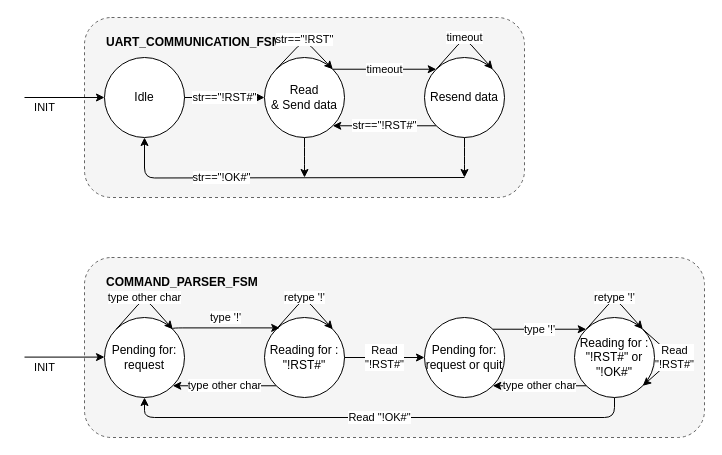
amyranotamirror/CO3007-2111203 keeps this draw.io diagram as fsm.drawio. Above is the earlier version. Source tidied: cells renumbered, new cells numbered last; positions are measured from the earlier drawing's top-left corner, leaving out a move shared by most shapes. Both pictures are drawn from the tidied source at 100%, with x=0, y=0 at pixel (24, 17).
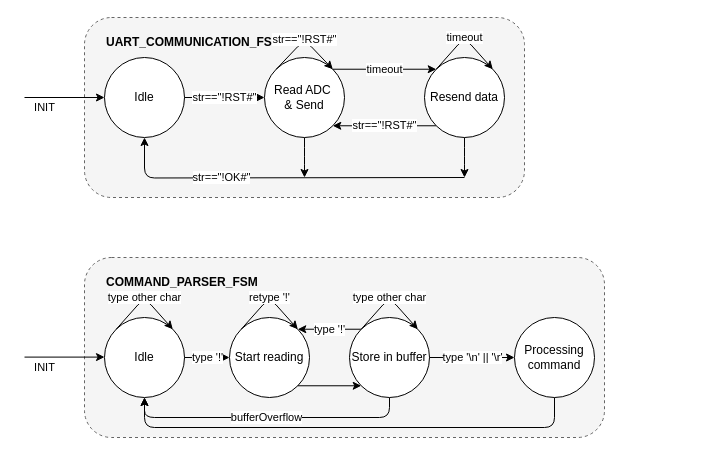
The same page after the edit.

The change refers to these unchanged cells:
```xml
<mxCell id="2" style="group;" parent="1" vertex="1">
  <mxGeometry width="500" height="180" as="geometry" />
</mxCell>
```

Change to the diagram source:
```diff
@@
-    <mxCell id="8" value="Read &lt;br&gt;&amp;amp; Send data" style="ellipse;whiteSpace=wrap;html=1;" parent="2" vertex="1">
+    <mxCell id="8" value="Read ADC&amp;nbsp;&lt;br&gt;&amp;amp; Send" style="ellipse;whiteSpace=wrap;html=1;" parent="2" vertex="1">
       <mxGeometry x="240" y="40" width="80" height="80" as="geometry" />
     </mxCell>
@@
-    <mxCell id="17" value="str==&quot;!RST&quot;" style="edgeStyle=orthogonalEdgeStyle;html=1;exitX=0;exitY=0;exitDx=0;exitDy=0;entryX=1;entryY=0;entryDx=0;entryDy=0;" parent="2" edge="1" source="8" target="8">
+    <mxCell id="17" value="str==&quot;!RST#&quot;" style="edgeStyle=orthogonalEdgeStyle;html=1;exitX=0;exitY=0;exitDx=0;exitDy=0;entryX=1;entryY=0;entryDx=0;entryDy=0;" parent="2" edge="1" source="8" target="8">
       <mxGeometry relative="1" as="geometry">
         <Array as="points">
           <mxPoint x="280" y="22" />
         </Array>
       </mxGeometry>
     </mxCell>
-    <mxCell id="18" style="group;" parent="1" vertex="1">
-      <mxGeometry y="240" width="680" height="180" as="geometry" />
-    </mxCell>
+    <mxCell id="36" style="group;" parent="1" vertex="1">
+      <mxGeometry y="240" width="580" height="180" as="geometry" />
+    </mxCell>
-    <mxCell id="19" style="rounded=1;whiteSpace=wrap;html=1;fillColor=#f5f5f5;fontColor=#333333;strokeColor=#666666;dashed=1;" parent="18" vertex="1">
-      <mxGeometry x="60" width="620" height="180" as="geometry" />
+    <mxCell id="19" style="rounded=1;whiteSpace=wrap;html=1;fillColor=#f5f5f5;fontColor=#333333;strokeColor=#666666;dashed=1;" parent="36" vertex="1">
+      <mxGeometry x="60" width="520" height="180" as="geometry" />
     </mxCell>
-    <mxCell id="20" value="Pending for: request" style="ellipse;whiteSpace=wrap;html=1;" parent="18" vertex="1">
+    <mxCell id="20" value="Idle" style="ellipse;whiteSpace=wrap;html=1;" parent="36" vertex="1">
       <mxGeometry x="80" y="60" width="80" height="80" as="geometry" />
     </mxCell>
-    <mxCell id="21" value="type other char" style="edgeStyle=orthogonalEdgeStyle;html=1;exitX=0;exitY=0;exitDx=0;exitDy=0;entryX=1;entryY=0;entryDx=0;entryDy=0;" parent="18" edge="1" source="20" target="20">
+    <mxCell id="21" value="type other char" style="edgeStyle=orthogonalEdgeStyle;html=1;exitX=0;exitY=0;exitDx=0;exitDy=0;entryX=1;entryY=0;entryDx=0;entryDy=0;" parent="36" edge="1" source="20" target="20">
       <mxGeometry relative="1" as="geometry">
         <Array as="points">
           <mxPoint x="120" y="40" />
         </Array>
       </mxGeometry>
     </mxCell>
-    <mxCell id="22" value="type other char" style="edgeStyle=orthogonalEdgeStyle;html=1;exitX=0;exitY=1;exitDx=0;exitDy=0;entryX=1;entryY=1;entryDx=0;entryDy=0;" parent="18" edge="1" source="23" target="20">
-      <mxGeometry relative="1" as="geometry" />
-    </mxCell>
-    <mxCell id="23" value="Reading for :&lt;br&gt;&quot;!RST#&quot;" style="ellipse;whiteSpace=wrap;html=1;" parent="18" vertex="1">
-      <mxGeometry x="240" y="60" width="80" height="80" as="geometry" />
+    <mxCell id="23" value="Start reading" style="ellipse;whiteSpace=wrap;html=1;" parent="36" vertex="1">
+      <mxGeometry x="205" y="60" width="80" height="80" as="geometry" />
     </mxCell>
-    <mxCell id="24" value="type '!'" style="edgeStyle=orthogonalEdgeStyle;html=1;exitX=1;exitY=0;exitDx=0;exitDy=0;entryX=0.19;entryY=0.13;entryDx=0;entryDy=0;entryPerimeter=0;" parent="18" edge="1" source="20" target="23">
-      <mxGeometry y="10" relative="1" as="geometry">
-        <Array as="points">
-          <mxPoint x="148" y="70" />
-        </Array>
-      </mxGeometry>
+    <mxCell id="24" value="type '!'" style="edgeStyle=none;html=1;" parent="36" edge="1" source="20" target="23">
+      <mxGeometry relative="1" as="geometry" />
     </mxCell>
-    <mxCell id="25" value="retype '!'" style="edgeStyle=orthogonalEdgeStyle;html=1;exitX=0;exitY=0;exitDx=0;exitDy=0;entryX=1;entryY=0;entryDx=0;entryDy=0;" parent="18" edge="1" source="23" target="23">
+    <mxCell id="25" value="retype '!'" style="edgeStyle=orthogonalEdgeStyle;html=1;exitX=0;exitY=0;exitDx=0;exitDy=0;entryX=1;entryY=0;entryDx=0;entryDy=0;" parent="36" edge="1" source="23" target="23">
       <mxGeometry relative="1" as="geometry">
         <Array as="points">
-          <mxPoint x="280" y="40" />
+          <mxPoint x="245" y="40" />
         </Array>
       </mxGeometry>
     </mxCell>
-    <mxCell id="26" value="Read &quot;!OK#&quot;" style="edgeStyle=orthogonalEdgeStyle;html=1;entryX=0.5;entryY=1;entryDx=0;entryDy=0;" parent="18" edge="1" source="27" target="20">
-      <mxGeometry relative="1" as="geometry">
-        <Array as="points">
-          <mxPoint x="590" y="160" />
-          <mxPoint x="120" y="160" />
-        </Array>
-      </mxGeometry>
-    </mxCell>
-    <mxCell id="27" value="Reading for :&lt;br&gt;&quot;!RST#&quot; or &quot;!OK#&quot;" style="ellipse;whiteSpace=wrap;html=1;" parent="18" vertex="1">
-      <mxGeometry x="550" y="60" width="80" height="80" as="geometry" />
-    </mxCell>
-    <mxCell id="28" value="retype '!'" style="edgeStyle=orthogonalEdgeStyle;html=1;exitX=0;exitY=0;exitDx=0;exitDy=0;entryX=1;entryY=0;entryDx=0;entryDy=0;" parent="18" edge="1" source="27" target="27">
-      <mxGeometry relative="1" as="geometry">
-        <Array as="points">
-          <mxPoint x="590" y="40" />
-        </Array>
-      </mxGeometry>
-    </mxCell>
-    <mxCell id="29" value="Read &lt;br&gt;&quot;!RST#&quot;" style="edgeStyle=orthogonalEdgeStyle;html=1;exitX=1;exitY=0;exitDx=0;exitDy=0;entryX=1;entryY=1;entryDx=0;entryDy=0;" parent="18" edge="1" source="27" target="27">
-      <mxGeometry relative="1" as="geometry">
-        <Array as="points">
-          <mxPoint x="650" y="100" />
-        </Array>
-      </mxGeometry>
-    </mxCell>
-    <mxCell id="30" value="type '!'" style="edgeStyle=orthogonalEdgeStyle;html=1;exitX=1;exitY=0;exitDx=0;exitDy=0;entryX=0;entryY=0;entryDx=0;entryDy=0;" parent="18" edge="1" source="31" target="27">
-      <mxGeometry relative="1" as="geometry" />
-    </mxCell>
-    <mxCell id="31" value="Pending for: request or quit" style="ellipse;whiteSpace=wrap;html=1;" parent="18" vertex="1">
-      <mxGeometry x="400" y="60" width="80" height="80" as="geometry" />
-    </mxCell>
-    <mxCell id="32" value="Read&lt;br&gt;&quot;!RST#&quot;" style="edgeStyle=orthogonalEdgeStyle;html=1;" parent="18" edge="1" source="23" target="31">
-      <mxGeometry relative="1" as="geometry" />
-    </mxCell>
-    <mxCell id="33" value="&lt;b&gt;COMMAND_PARSER_FSM&lt;/b&gt;" style="text;html=1;strokeColor=none;fillColor=none;align=left;verticalAlign=middle;whiteSpace=wrap;rounded=0;dashed=1;" parent="18" vertex="1">
+    <mxCell id="33" value="&lt;b&gt;COMMAND_PARSER_FSM&lt;/b&gt;" style="text;html=1;strokeColor=none;fillColor=none;align=left;verticalAlign=middle;whiteSpace=wrap;rounded=0;dashed=1;" parent="36" vertex="1">
       <mxGeometry x="80" y="10" width="220" height="30" as="geometry" />
     </mxCell>
-    <mxCell id="34" value="INIT" style="endArrow=classic;html=1;" parent="18" edge="1">
+    <mxCell id="34" value="INIT" style="endArrow=classic;html=1;" parent="36" edge="1">
       <mxGeometry x="-0.5" y="-10" relative="1" as="geometry">
         <mxPoint y="99.6" as="sourcePoint" />
         <mxPoint x="80" y="99.6" as="targetPoint" />
       </mxGeometry>
     </mxCell>
-    <mxCell id="35" value="type other char" style="edgeStyle=orthogonalEdgeStyle;html=1;exitX=0;exitY=1;exitDx=0;exitDy=0;entryX=1;entryY=1;entryDx=0;entryDy=0;" parent="18" edge="1" source="27" target="31">
-      <mxGeometry relative="1" as="geometry" />
-    </mxCell>
+    <mxCell id="37" value="bufferOverflow" style="edgeStyle=orthogonalEdgeStyle;html=1;entryX=0.5;entryY=1;entryDx=0;entryDy=0;" parent="36" edge="1" source="39" target="20">
+      <mxGeometry relative="1" as="geometry">
+        <Array as="points">
+          <mxPoint x="365" y="160" />
+          <mxPoint x="120" y="160" />
+        </Array>
+      </mxGeometry>
+    </mxCell>
+    <mxCell id="38" value="type '!'" style="edgeStyle=orthogonalEdgeStyle;html=1;exitX=0;exitY=0;exitDx=0;exitDy=0;entryX=1;entryY=0;entryDx=0;entryDy=0;" parent="36" edge="1" source="39" target="23">
+      <mxGeometry relative="1" as="geometry" />
+    </mxCell>
+    <mxCell id="39" value="Store in buffer" style="ellipse;whiteSpace=wrap;html=1;" parent="36" vertex="1">
+      <mxGeometry x="325" y="60" width="80" height="80" as="geometry" />
+    </mxCell>
+    <mxCell id="40" style="edgeStyle=orthogonalEdgeStyle;html=1;entryX=0;entryY=1;entryDx=0;entryDy=0;exitX=1;exitY=1;exitDx=0;exitDy=0;" parent="36" edge="1" source="23" target="39">
+      <mxGeometry relative="1" as="geometry" />
+    </mxCell>
+    <mxCell id="41" style="edgeStyle=orthogonalEdgeStyle;html=1;entryX=0.5;entryY=1;entryDx=0;entryDy=0;" parent="36" edge="1" source="42" target="20">
+      <mxGeometry relative="1" as="geometry">
+        <Array as="points">
+          <mxPoint x="530" y="170" />
+          <mxPoint x="120" y="170" />
+        </Array>
+      </mxGeometry>
+    </mxCell>
+    <mxCell id="42" value="Processing&lt;br&gt;command" style="ellipse;whiteSpace=wrap;html=1;" parent="36" vertex="1">
+      <mxGeometry x="490" y="60" width="80" height="80" as="geometry" />
+    </mxCell>
+    <mxCell id="43" value="type '\n' || '\r'" style="edgeStyle=orthogonalEdgeStyle;html=1;" parent="36" edge="1" source="39" target="42">
+      <mxGeometry relative="1" as="geometry" />
+    </mxCell>
+    <mxCell id="44" value="type other char" style="edgeStyle=orthogonalEdgeStyle;html=1;exitX=0;exitY=0;exitDx=0;exitDy=0;entryX=1;entryY=0;entryDx=0;entryDy=0;" parent="36" edge="1" source="39" target="39">
+      <mxGeometry relative="1" as="geometry">
+        <Array as="points">
+          <mxPoint x="365" y="40" />
+        </Array>
+      </mxGeometry>
+    </mxCell>
```
